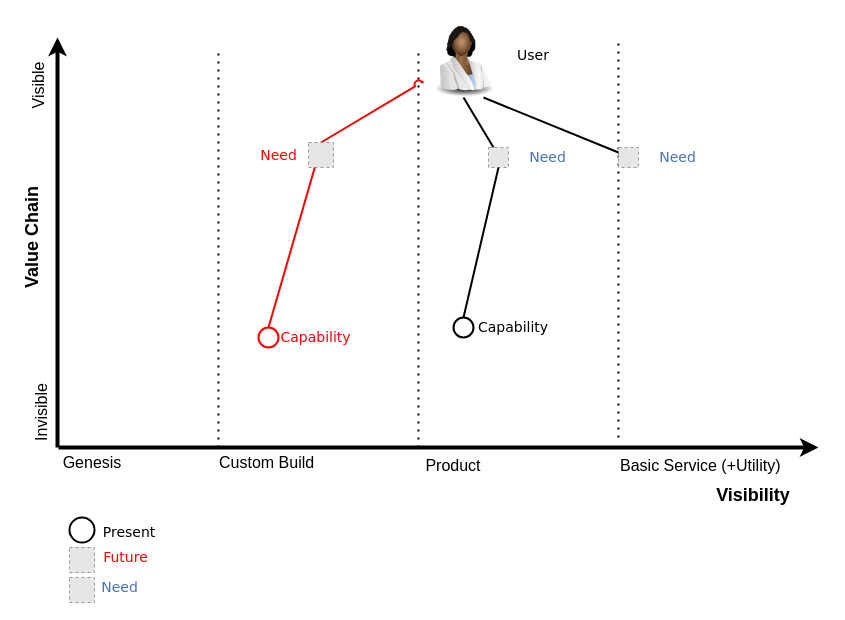
Earlier version of the draw.io diagram page "Map template" (1 of 2) of Wardley-Map-Template-v0.0.1.drawio.xml (joapen/WardleyMapsforBusiness). Source tidied: cells renumbered, new cells numbered last; positions are measured from the earlier drawing's top-left corner, leaving out a move shared by most shapes. Both pictures are drawn from the tidied source at 100%, with x=0, y=0 at pixel (-23, 17). Pictures stored in the file or linked from it are replaced by grey dashed boxes.
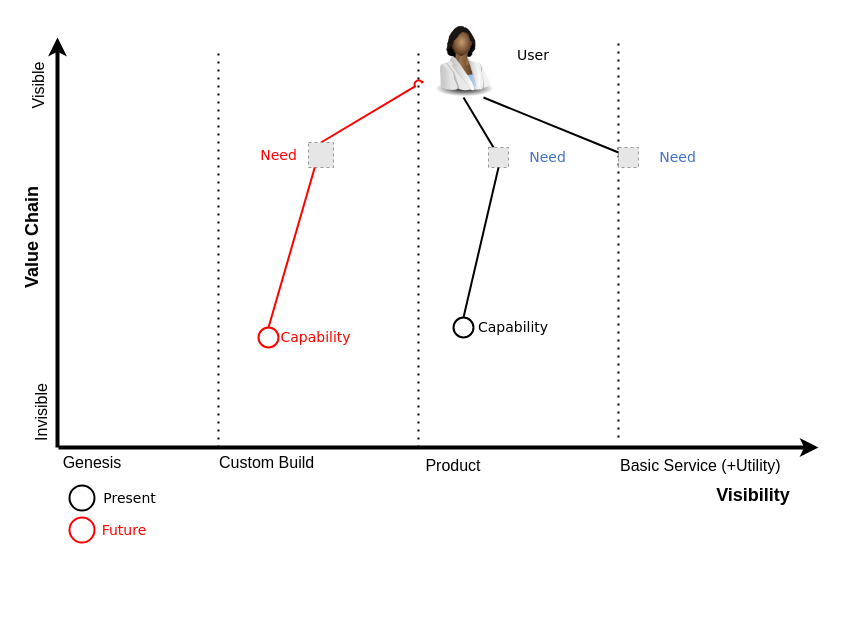
After the change.

What changed in the source:
```diff
@@
-    <mxCell id="19" value="Need" style="text;html=1;strokeColor=none;fillColor=none;align=center;verticalAlign=middle;whiteSpace=wrap;rounded=0;fontFamily=Verdana;fontSize=14;fontColor=#4472C4;" parent="1" vertex="1">
-      <mxGeometry x="121.5" y="555" width="41" height="30" as="geometry" />
-    </mxCell>
-    <mxCell id="20" style="fillColor=#E6E6E6;strokeColor=#999999;dashed=1;verticalLabelPosition=bottom;labelBackgroundColor=default;verticalAlign=top;" parent="1" vertex="1">
-      <mxGeometry x="92" y="560" width="25" height="25" as="geometry" />
-    </mxCell>
@@
-    <mxCell id="24" style="fillColor=#E6E6E6;strokeColor=#999999;dashed=1;verticalLabelPosition=bottom;labelBackgroundColor=default;verticalAlign=top;" parent="1" vertex="1">
-      <mxGeometry x="92" y="530" width="25" height="25" as="geometry" />
-    </mxCell>
-    <mxCell id="25" value="Future" style="text;html=1;strokeColor=none;fillColor=none;align=center;verticalAlign=middle;whiteSpace=wrap;rounded=0;fontFamily=Verdana;fontSize=14;fontColor=#FF0000;" parent="1" vertex="1">
-      <mxGeometry x="128" y="525" width="41" height="30" as="geometry" />
-    </mxCell>
-    <mxCell id="26" style="ellipse;whiteSpace=wrap;html=1;fontFamily=Verdana;fontSize=18;strokeWidth=2;" parent="1" vertex="1">
+    <mxCell id="26" style="ellipse;whiteSpace=wrap;html=1;fontFamily=Verdana;fontSize=18;strokeWidth=2;strokeColor=#FF0000;" parent="1" vertex="1">
       <mxGeometry x="92" y="500" width="25" height="25" as="geometry" />
     </mxCell>
-    <mxCell id="27" value="Present" style="text;html=1;strokeColor=none;fillColor=none;align=center;verticalAlign=middle;whiteSpace=wrap;rounded=0;fontFamily=Verdana;fontSize=14;" parent="1" vertex="1">
-      <mxGeometry x="121.5" y="500" width="60" height="30" as="geometry" />
+    <mxCell id="27" value="Future" style="text;html=1;strokeColor=none;fillColor=none;align=center;verticalAlign=middle;whiteSpace=wrap;rounded=0;fontFamily=Verdana;fontSize=14;fontColor=#FF0000;" parent="1" vertex="1">
+      <mxGeometry x="117" y="497.5" width="60" height="30" as="geometry" />
     </mxCell>
@@
+    <mxCell id="38" style="ellipse;whiteSpace=wrap;html=1;fontFamily=Verdana;fontSize=18;strokeWidth=2;" parent="1" vertex="1">
+      <mxGeometry x="92" y="468" width="25" height="25" as="geometry" />
+    </mxCell>
+    <mxCell id="39" value="Present" style="text;html=1;strokeColor=none;fillColor=none;align=center;verticalAlign=middle;whiteSpace=wrap;rounded=0;fontFamily=Verdana;fontSize=14;" parent="1" vertex="1">
+      <mxGeometry x="121.5" y="465.5" width="60.5" height="30" as="geometry" />
+    </mxCell>
```
